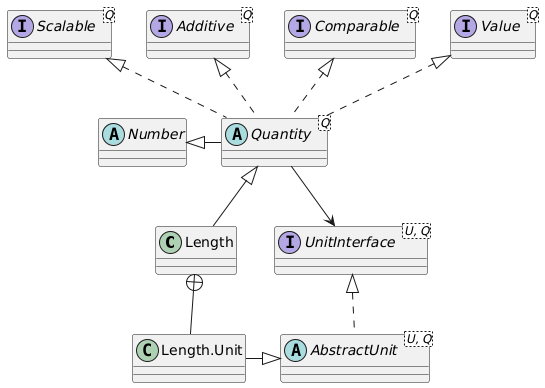
averbraeck/djunits keeps this PlantUML diagram as docs/images/quantity.png. Above is the earlier version.
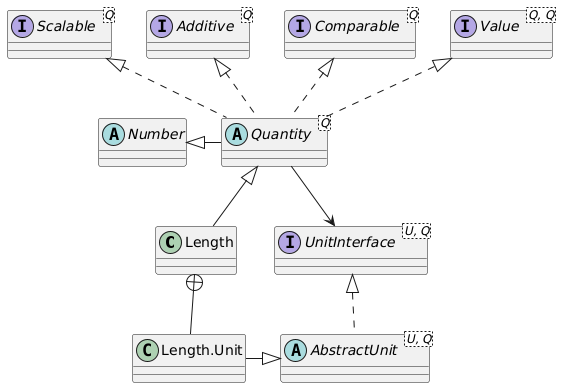
After the commit.

Commit message:
Update UML class diagrams with correct Value<V, Q> interface

The edit, as a diff of the source:
```diff
@@ -5,7 +5,7 @@
 abstract class AbstractUnit<U, Q>
 interface UnitInterface<U, Q>
 abstract class Number
-interface Value<Q>
+interface Value<Q, Q>
 interface Comparable<Q>
 interface Additive<Q>
 interface Scalable<Q>
```
